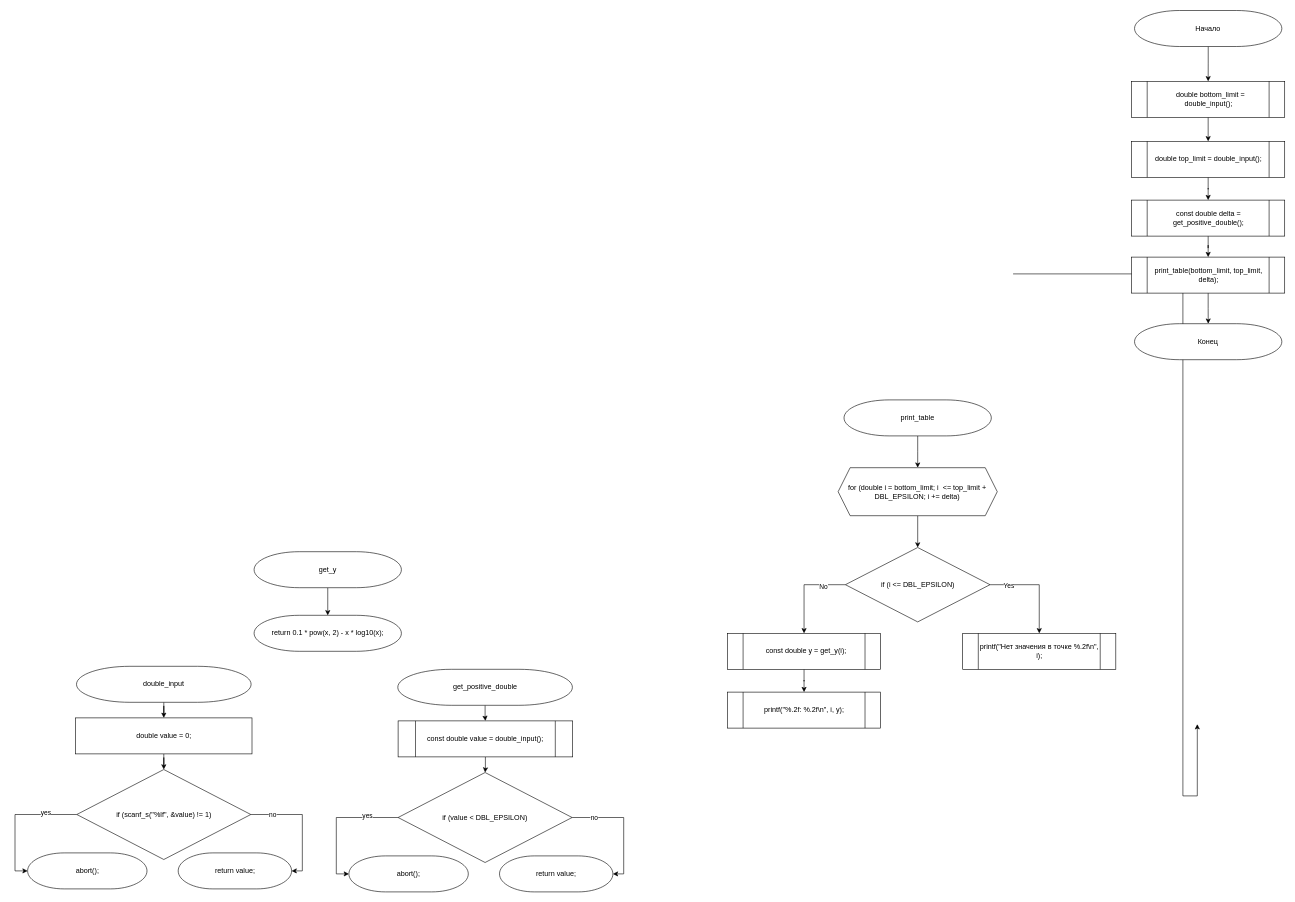
Above: Cringe_schemas/cringe 3_1.drawio in Petrino411/TasksCPP (draw.io), before the change. Source tidied: cells renumbered, new cells numbered last; positions are measured from the earlier drawing's top-left corner, leaving out a move shared by most shapes. Both pictures are drawn from the tidied source at 60%, with x=0, y=0 at pixel (14, 10).
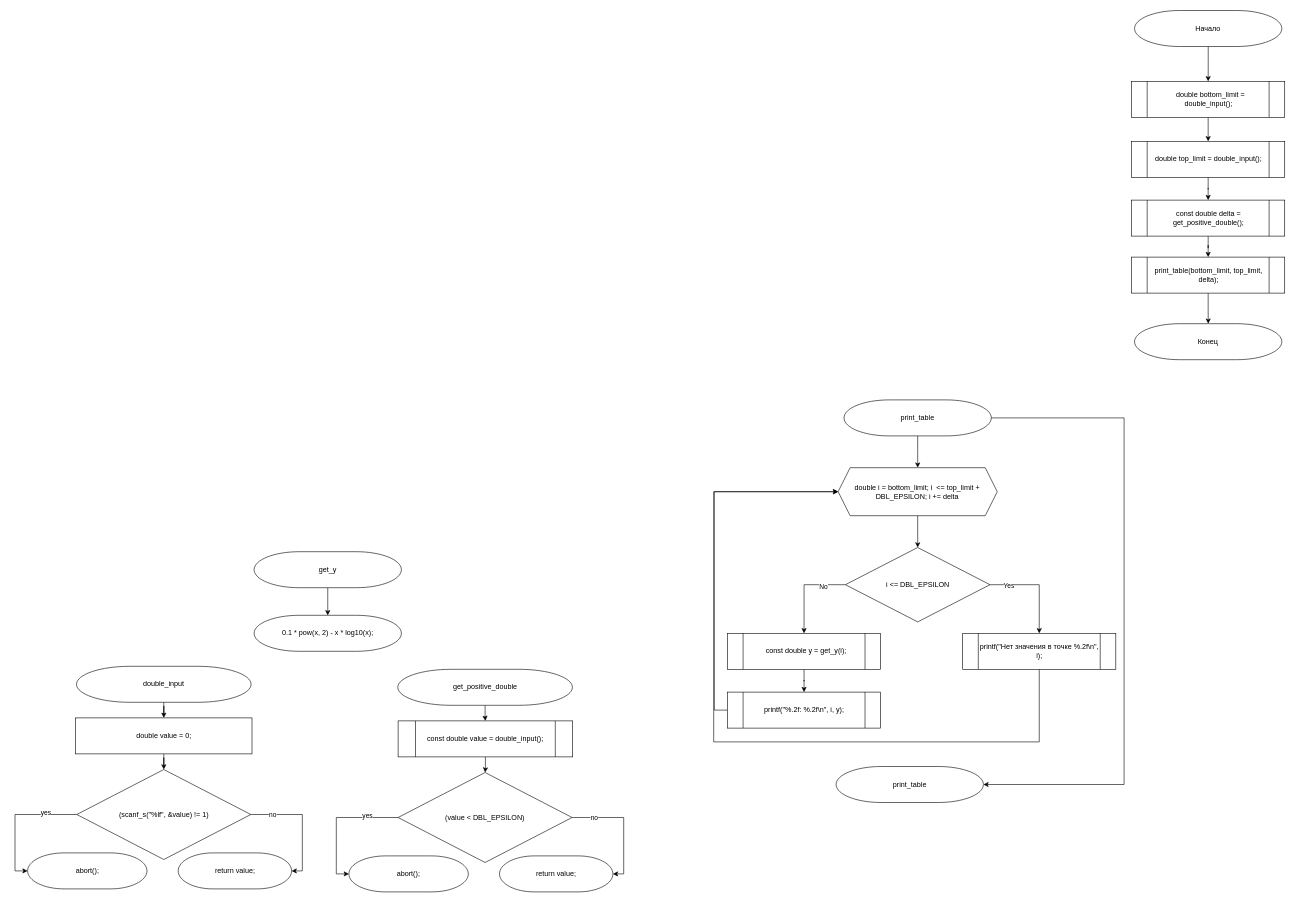
Above is the later version.

Unchanged cells that the change refers to:
```xml
<mxCell id="15" value="print_table" style="strokeWidth=1;html=1;shape=mxgraph.flowchart.terminator;whiteSpace=wrap;" parent="1" vertex="1">
  <mxGeometry x="1382.2" y="649" width="245.5" height="60" as="geometry" />
</mxCell>
<mxCell id="23" value="printf(&quot;Нет значения в точке %.2f\n&quot;, i);" style="shape=process;whiteSpace=wrap;html=1;backgroundOutline=1;" parent="1" vertex="1">
  <mxGeometry x="1580" y="1038" width="255.2" height="60" as="geometry" />
</mxCell>
<mxCell id="26" value="printf(&quot;%.2f: %.2f\n&quot;, i, y);" style="shape=process;whiteSpace=wrap;html=1;backgroundOutline=1;" parent="1" vertex="1">
  <mxGeometry x="1188" y="1136" width="255.2" height="60" as="geometry" />
</mxCell>
```

Diff of the diagram source:
```diff
@@
-    <mxCell id="2" style="edgeStyle=orthogonalEdgeStyle;rounded=0;orthogonalLoop=1;jettySize=auto;html=1;entryX=1;entryY=0.5;entryDx=0;entryDy=0;entryPerimeter=0;" parent="1" edge="1">
-      <mxGeometry relative="1" as="geometry">
-        <mxPoint x="1664" y="439" as="sourcePoint" />
-        <mxPoint x="1971" y="1189.5" as="targetPoint" />
-        <Array as="points">
-          <mxPoint x="1947" y="439" />
-          <mxPoint x="1947" y="1309" />
-        </Array>
-      </mxGeometry>
-    </mxCell>
@@
-    <mxCell id="17" value="for (double i = bottom_limit; i&amp;nbsp; &amp;lt;= top_limit + DBL_EPSILON; i += delta)" style="shape=hexagon;perimeter=hexagonPerimeter2;whiteSpace=wrap;html=1;fixedSize=1;" parent="1" vertex="1">
+    <mxCell id="17" value="double i = bottom_limit; i&amp;nbsp; &amp;lt;= top_limit + DBL_EPSILON; i += delta" style="shape=hexagon;perimeter=hexagonPerimeter2;whiteSpace=wrap;html=1;fixedSize=1;" parent="1" vertex="1">
       <mxGeometry x="1372.4" y="762" width="265.2" height="80" as="geometry" />
     </mxCell>
@@
-    <mxCell id="22" value="if (i &amp;lt;= DBL_EPSILON)" style="rhombus;whiteSpace=wrap;html=1;" parent="1" vertex="1">
+    <mxCell id="22" value="i &amp;lt;= DBL_EPSILON" style="rhombus;whiteSpace=wrap;html=1;" parent="1" vertex="1">
       <mxGeometry x="1384.5" y="895" width="241" height="124" as="geometry" />
     </mxCell>
+    <mxCell id="52" style="edgeStyle=orthogonalEdgeStyle;rounded=0;jettySize=auto;html=1;entryX=0;entryY=0.5;entryDx=0;entryDy=0;" parent="1" edge="1" source="23" target="17">
+      <mxGeometry relative="1" as="geometry">
+        <Array as="points">
+          <mxPoint x="1708" y="1219" />
+          <mxPoint x="1165" y="1219" />
+          <mxPoint x="1165" y="802" />
+        </Array>
+      </mxGeometry>
+    </mxCell>
@@
+    <mxCell id="53" style="edgeStyle=orthogonalEdgeStyle;rounded=0;jettySize=auto;html=1;entryX=0;entryY=0.5;entryDx=0;entryDy=0;" parent="1" edge="1" source="26" target="17">
+      <mxGeometry relative="1" as="geometry">
+        <Array as="points">
+          <mxPoint x="1166" y="1166" />
+          <mxPoint x="1166" y="802" />
+        </Array>
+      </mxGeometry>
+    </mxCell>
@@
-    <mxCell id="29" value="return 0.1 * pow(x, 2) - x * log10(x);" style="strokeWidth=1;html=1;shape=mxgraph.flowchart.terminator;whiteSpace=wrap;" parent="1" vertex="1">
+    <mxCell id="29" value="0.1 * pow(x, 2) - x * log10(x);" style="strokeWidth=1;html=1;shape=mxgraph.flowchart.terminator;whiteSpace=wrap;" parent="1" vertex="1">
       <mxGeometry x="399" y="1008" width="245.5" height="60" as="geometry" />
     </mxCell>
@@
-    <mxCell id="34" value="if (scanf_s(&quot;%lf&quot;, &amp;amp;value) != 1)" style="rhombus;whiteSpace=wrap;html=1;" parent="1" vertex="1">
+    <mxCell id="34" value="(scanf_s(&quot;%lf&quot;, &amp;amp;value) != 1)" style="rhombus;whiteSpace=wrap;html=1;" parent="1" vertex="1">
       <mxGeometry x="103.5" y="1265" width="290" height="150" as="geometry" />
     </mxCell>
@@
-    <mxCell id="45" value="if (value &amp;lt; DBL_EPSILON)" style="rhombus;whiteSpace=wrap;html=1;" parent="1" vertex="1">
+    <mxCell id="45" value="(value &amp;lt; DBL_EPSILON)" style="rhombus;whiteSpace=wrap;html=1;" parent="1" vertex="1">
       <mxGeometry x="639" y="1270" width="290" height="150" as="geometry" />
     </mxCell>
@@
+    <mxCell id="54" value="print_table" style="strokeWidth=1;html=1;shape=mxgraph.flowchart.terminator;whiteSpace=wrap;" parent="1" vertex="1">
+      <mxGeometry x="1369" y="1260" width="245.5" height="60" as="geometry" />
+    </mxCell>
+    <mxCell id="55" style="edgeStyle=orthogonalEdgeStyle;rounded=0;jettySize=auto;html=1;entryX=1;entryY=0.5;entryDx=0;entryDy=0;entryPerimeter=0;" parent="1" edge="1" source="15" target="54">
+      <mxGeometry relative="1" as="geometry">
+        <Array as="points">
+          <mxPoint x="1849" y="679" />
+          <mxPoint x="1849" y="1290" />
+        </Array>
+      </mxGeometry>
+    </mxCell>
```
